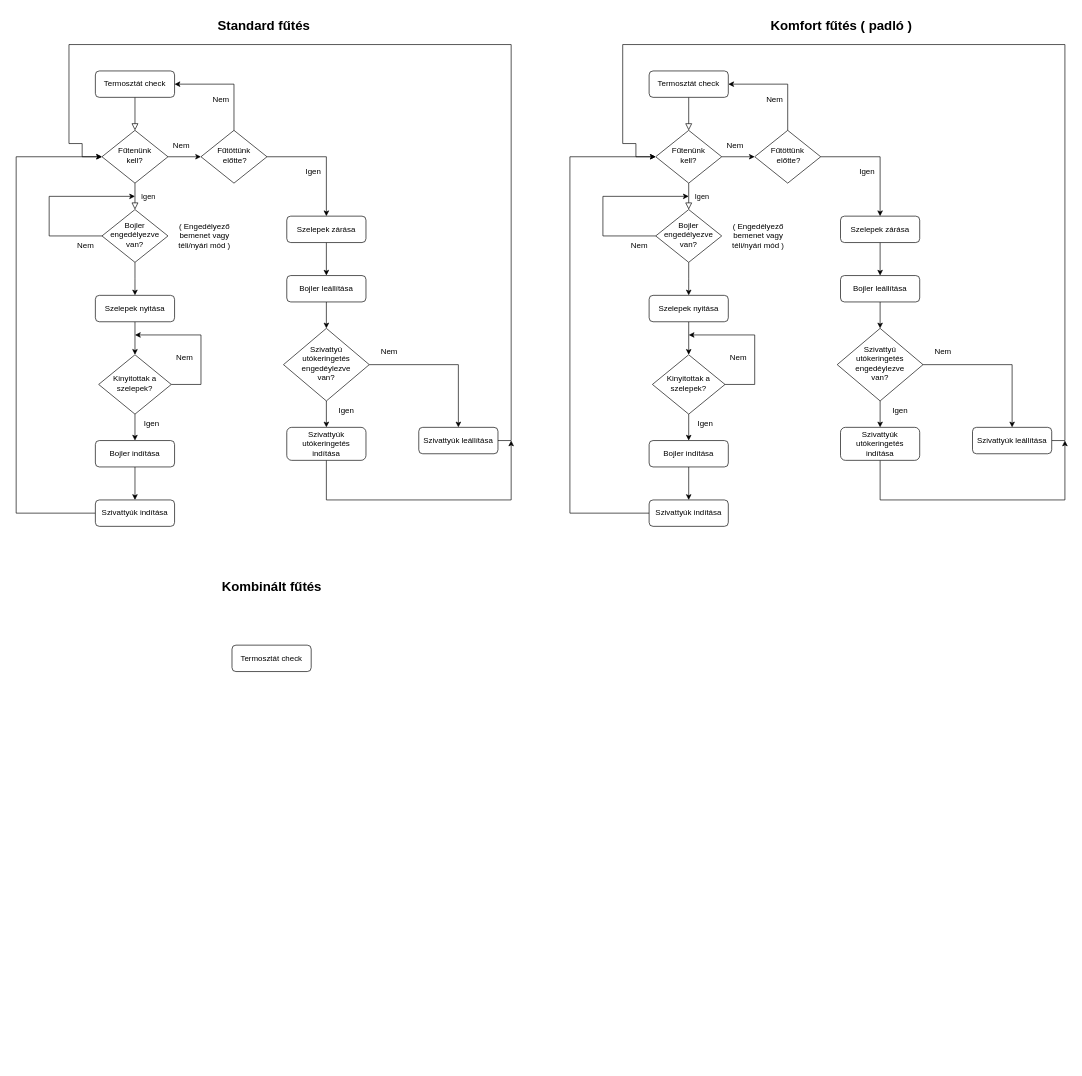
Earlier version of the draw.io diagram Megnevezetlen diagram.drawio (zekageri/DrawIO). Source tidied: cells renumbered, new cells numbered last; positions are measured from the earlier drawing's top-left corner, leaving out a move shared by most shapes. Both pictures are drawn from the tidied source at 66%, with x=0, y=0 at pixel (16, 11).
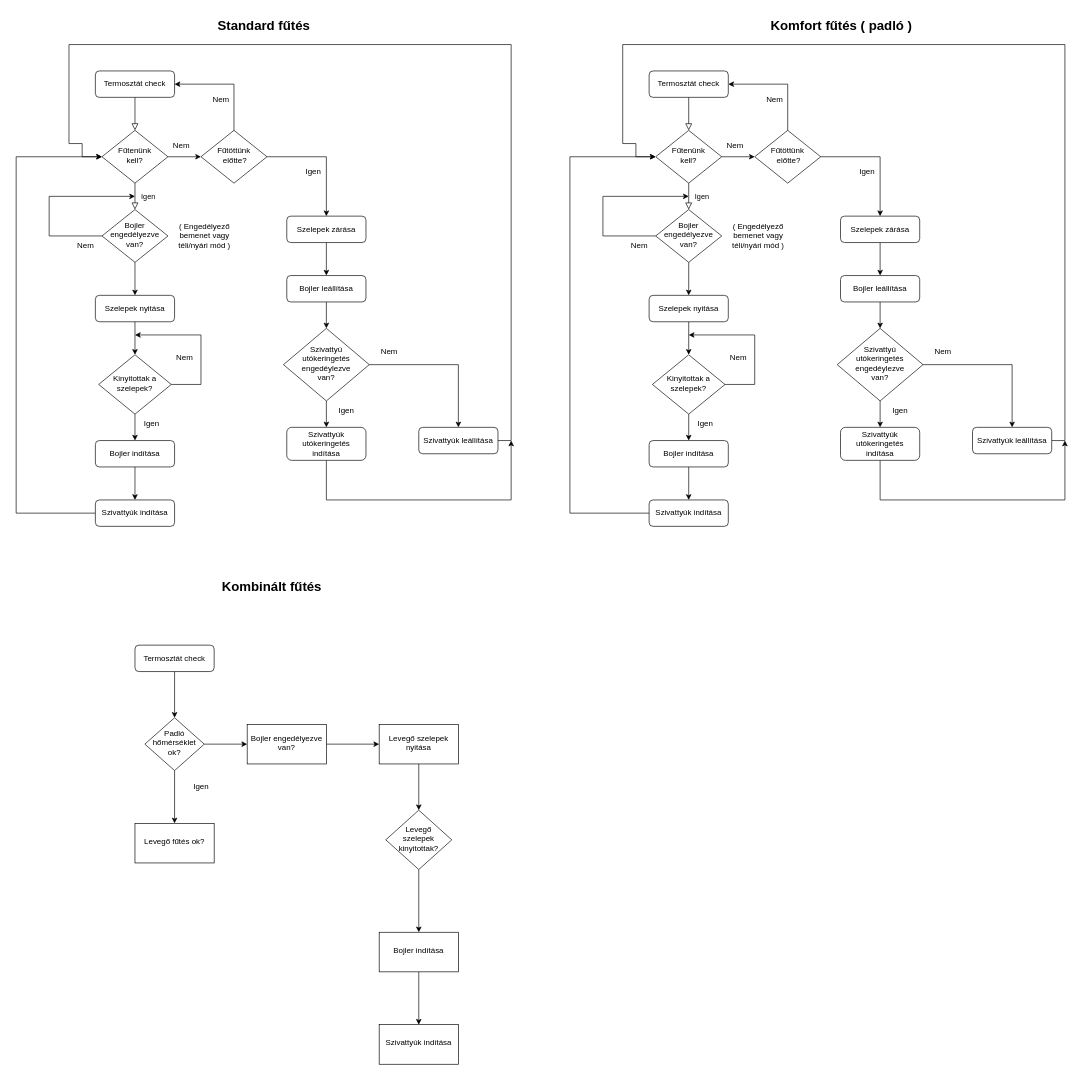
The same diagram, later.

Commit message:
Fűtési kör

Change to the diagram source:
```diff
@@
+    <mxCell id="86" style="edgeStyle=orthogonalEdgeStyle;rounded=0;jettySize=auto;html=1;entryX=0.5;entryY=0;entryDx=0;entryDy=0;exitX=0.5;exitY=1;exitDx=0;exitDy=0;" parent="1" edge="1" source="85" target="89">
+      <mxGeometry relative="1" as="geometry" />
+    </mxCell>
     <mxCell id="85" value="Termosztát check" style="rounded=1;whiteSpace=wrap;html=1;fontSize=12;glass=0;strokeWidth=1;shadow=0;" parent="1" vertex="1">
-      <mxGeometry x="327" y="960" width="120" height="40" as="geometry" />
+      <mxGeometry x="180" y="960" width="120" height="40" as="geometry" />
     </mxCell>
+    <mxCell id="87" style="edgeStyle=orthogonalEdgeStyle;rounded=0;jettySize=auto;html=1;" parent="1" edge="1" source="89" target="91">
+      <mxGeometry relative="1" as="geometry" />
+    </mxCell>
+    <mxCell id="88" style="edgeStyle=orthogonalEdgeStyle;rounded=0;jettySize=auto;html=1;" parent="1" edge="1" source="89" target="93">
+      <mxGeometry relative="1" as="geometry" />
+    </mxCell>
+    <mxCell id="89" value="Padló hőmérséklet ok?" style="rhombus;whiteSpace=wrap;html=1;shadow=0;fontFamily=Helvetica;fontSize=12;align=center;strokeWidth=1;spacing=6;spacingTop=-4;" parent="1" vertex="1">
+      <mxGeometry x="195" y="1070" width="90" height="80" as="geometry" />
+    </mxCell>
+    <mxCell id="90" value="Igen" style="text;html=1;align=center;verticalAlign=middle;strokeColor=none;fillColor=none;" parent="1" vertex="1">
+      <mxGeometry x="255" y="1160" width="50" height="30" as="geometry" />
+    </mxCell>
+    <mxCell id="91" value="Levegő fűtés ok?" style="whiteSpace=wrap;html=1;shadow=0;strokeWidth=1;spacing=6;spacingTop=-4;" parent="1" vertex="1">
+      <mxGeometry x="180" y="1230" width="120" height="60" as="geometry" />
+    </mxCell>
+    <mxCell id="92" style="edgeStyle=orthogonalEdgeStyle;rounded=0;jettySize=auto;html=1;" parent="1" edge="1" source="93" target="95">
+      <mxGeometry relative="1" as="geometry" />
+    </mxCell>
+    <mxCell id="93" value="Bojler engedélyezve van?" style="whiteSpace=wrap;html=1;shadow=0;strokeWidth=1;spacing=6;spacingTop=-4;" parent="1" vertex="1">
+      <mxGeometry x="350" y="1080" width="120" height="60" as="geometry" />
+    </mxCell>
+    <mxCell id="94" style="edgeStyle=orthogonalEdgeStyle;rounded=0;jettySize=auto;html=1;" parent="1" edge="1" source="95" target="97">
+      <mxGeometry relative="1" as="geometry" />
+    </mxCell>
+    <mxCell id="95" value="Levegő szelepek nyitása" style="whiteSpace=wrap;html=1;shadow=0;strokeWidth=1;spacing=6;spacingTop=-4;" parent="1" vertex="1">
+      <mxGeometry x="550" y="1080" width="120" height="60" as="geometry" />
+    </mxCell>
+    <mxCell id="96" style="edgeStyle=orthogonalEdgeStyle;rounded=0;jettySize=auto;html=1;" parent="1" edge="1" source="97" target="99">
+      <mxGeometry relative="1" as="geometry" />
+    </mxCell>
+    <mxCell id="97" value="Levegő szelepek kinyitottak?" style="rhombus;whiteSpace=wrap;html=1;shadow=0;strokeWidth=1;spacing=6;spacingTop=-4;" parent="1" vertex="1">
+      <mxGeometry x="560" y="1210" width="100" height="90" as="geometry" />
+    </mxCell>
+    <mxCell id="98" style="edgeStyle=orthogonalEdgeStyle;rounded=0;jettySize=auto;html=1;" parent="1" edge="1" source="99" target="100">
+      <mxGeometry relative="1" as="geometry" />
+    </mxCell>
+    <mxCell id="99" value="Bojler indítása" style="whiteSpace=wrap;html=1;shadow=0;strokeWidth=1;spacing=6;spacingTop=-4;" parent="1" vertex="1">
+      <mxGeometry x="550" y="1395" width="120" height="60" as="geometry" />
+    </mxCell>
+    <mxCell id="100" value="Szivattyúk indítása" style="whiteSpace=wrap;html=1;shadow=0;strokeWidth=1;spacing=6;spacingTop=-4;" parent="1" vertex="1">
+      <mxGeometry x="550" y="1535" width="120" height="60" as="geometry" />
+    </mxCell>
```
